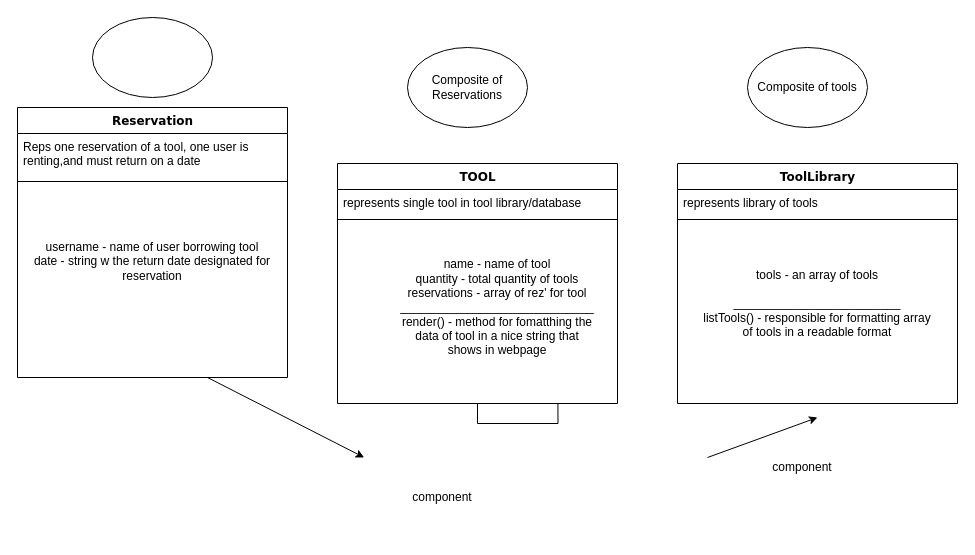
Earlier version of the draw.io diagram Untitled Diagram.drawio (Raque-lita/core-practice-git-commands). Source tidied: cells renumbered, new cells numbered last; positions are measured from the earlier drawing's top-left corner, leaving out a move shared by most shapes. Both pictures are drawn from the tidied source at 100%, with x=0, y=0 at pixel (17, 17).
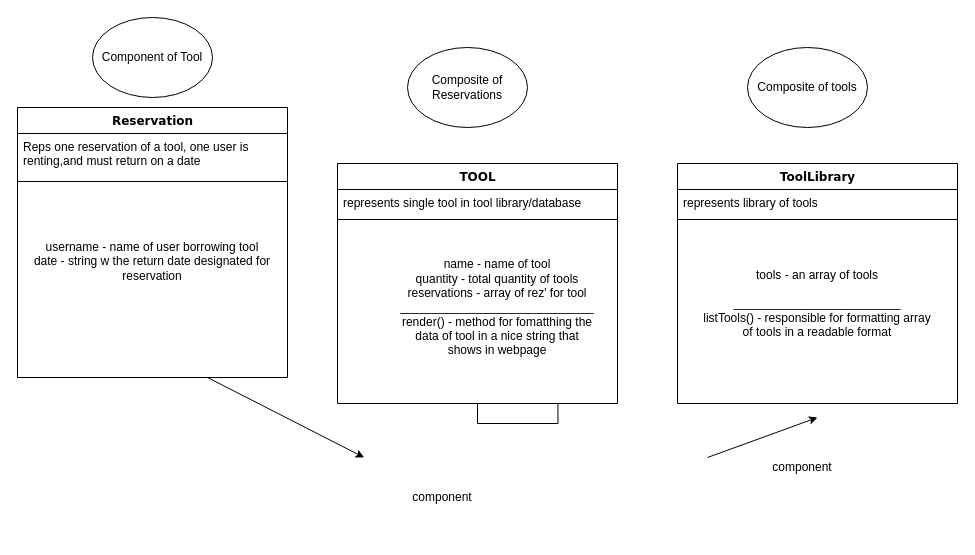
After the change.

The edit, as a diff of the source:
```diff
@@
-    <mxCell id="22" style="ellipse;whiteSpace=wrap;html=1;" parent="1" vertex="1">
+    <mxCell id="22" value="Component of Tool" style="ellipse;whiteSpace=wrap;html=1;" parent="1" vertex="1">
       <mxGeometry x="75" width="120" height="80" as="geometry" />
     </mxCell>
```
